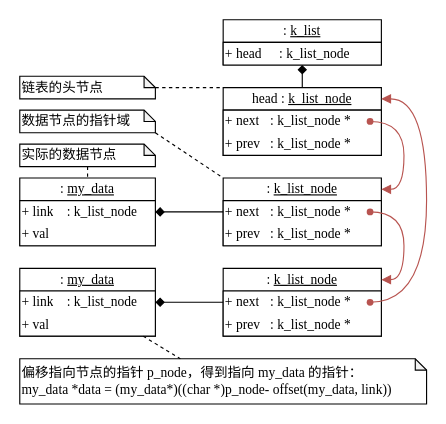
This is page "k_list" (3 of 10) of docs/drawio/k_game.drawio from szdxdxdx/k_game, a draw.io file, before an edit. Source tidied: cells renumbered, new cells numbered last; positions are measured from the earlier drawing's top-left corner, leaving out a move shared by most shapes. Both pictures are drawn from the tidied source at 113%, with x=0, y=0 at pixel (19, 19).
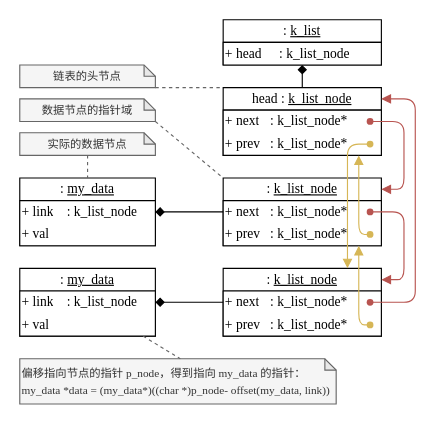
The same diagram, later.

The change refers to these unchanged cells:
```xml
<mxCell id="8" value="&lt;font&gt;: &lt;u&gt;k_list_node&lt;/u&gt;&lt;/font&gt;" style="swimlane;fontStyle=0;horizontal=1;startSize=20;fillColor=#FFFFFF;whiteSpace=wrap;html=1;labelBackgroundColor=default;fontFamily=Times New Roman;" parent="1" vertex="1">
  <mxGeometry x="180" y="140" width="140" height="60" as="geometry" />
</mxCell>
<mxCell id="10" style="shape=tableRow;horizontal=0;startSize=0;swimlaneHead=0;swimlaneBody=0;top=0;left=0;bottom=0;right=0;fillColor=none;fontSize=16;strokeColor=inherit;fontFamily=Times New Roman;" parent="9" vertex="1">
  <mxGeometry width="140" height="20" as="geometry" />
</mxCell>
<mxCell id="14" style="shape=waypoint;sketch=0;fillStyle=solid;size=6;points=[];fillColor=#f8cecc;perimeter=centerPerimeter;snapToPoint=1;strokeColor=#b85450;fontFamily=Times New Roman;" parent="13" vertex="1">
  <mxGeometry width="20" height="20" as="geometry" />
</mxCell>
<mxCell id="15" style="shape=tableRow;horizontal=0;startSize=0;swimlaneHead=0;swimlaneBody=0;top=0;left=0;bottom=0;right=0;fillColor=none;fontSize=16;strokeColor=inherit;fontFamily=Times New Roman;" parent="9" vertex="1">
  <mxGeometry y="20" width="140" height="20" as="geometry" />
</mxCell>
<mxCell id="18" style="shape=partialRectangle;html=1;whiteSpace=wrap;fillColor=none;top=0;left=0;bottom=0;right=0;overflow=hidden;fontSize=12;strokeColor=inherit;fontFamily=Times New Roman;" parent="15" vertex="1">
  <mxGeometry x="120" width="20" height="20" as="geometry" />
</mxCell>
<mxCell id="19" value="&lt;font&gt;: &lt;u&gt;k_list_node&lt;/u&gt;&lt;/font&gt;" style="swimlane;fontStyle=0;horizontal=1;startSize=20;fillColor=#FFFFFF;whiteSpace=wrap;html=1;labelBackgroundColor=default;fontFamily=Times New Roman;" parent="1" vertex="1">
  <mxGeometry x="180" y="220" width="140" height="60" as="geometry" />
</mxCell>
<mxCell id="21" style="shape=tableRow;horizontal=0;startSize=0;swimlaneHead=0;swimlaneBody=0;top=0;left=0;bottom=0;right=0;fillColor=none;fontSize=16;strokeColor=inherit;fontFamily=Times New Roman;" parent="20" vertex="1">
  <mxGeometry width="140" height="20" as="geometry" />
</mxCell>
<mxCell id="25" style="shape=waypoint;sketch=0;fillStyle=solid;size=6;points=[];fillColor=#f8cecc;perimeter=centerPerimeter;snapToPoint=1;strokeColor=#b85450;fontFamily=Times New Roman;" parent="24" vertex="1">
  <mxGeometry width="20" height="20" as="geometry" />
</mxCell>
<mxCell id="26" style="shape=tableRow;horizontal=0;startSize=0;swimlaneHead=0;swimlaneBody=0;top=0;left=0;bottom=0;right=0;fillColor=none;fontSize=16;strokeColor=inherit;fontFamily=Times New Roman;" parent="20" vertex="1">
  <mxGeometry y="20" width="140" height="20" as="geometry" />
</mxCell>
<mxCell id="29" style="shape=partialRectangle;html=1;whiteSpace=wrap;fillColor=none;top=0;left=0;bottom=0;right=0;overflow=hidden;fontSize=12;strokeColor=inherit;fontFamily=Times New Roman;" parent="26" vertex="1">
  <mxGeometry x="120" width="20" height="20" as="geometry" />
</mxCell>
<mxCell id="30" value="&lt;font&gt;head : &lt;u&gt;k_list_node&lt;/u&gt;&lt;/font&gt;" style="swimlane;fontStyle=0;horizontal=1;startSize=20;fillColor=#FFFFFF;whiteSpace=wrap;html=1;labelBackgroundColor=default;fontFamily=Times New Roman;" parent="1" vertex="1">
  <mxGeometry x="180" y="60" width="140" height="60" as="geometry" />
</mxCell>
<mxCell id="32" style="shape=tableRow;horizontal=0;startSize=0;swimlaneHead=0;swimlaneBody=0;top=0;left=0;bottom=0;right=0;fillColor=none;fontSize=16;strokeColor=inherit;fontFamily=Times New Roman;" parent="31" vertex="1">
  <mxGeometry width="140" height="20" as="geometry" />
</mxCell>
<mxCell id="36" style="shape=waypoint;sketch=0;fillStyle=solid;size=6;points=[];fillColor=#f8cecc;perimeter=centerPerimeter;snapToPoint=1;strokeColor=#b85450;fontFamily=Times New Roman;" parent="35" vertex="1">
  <mxGeometry width="20" height="20" as="geometry" />
</mxCell>
<mxCell id="37" style="shape=tableRow;horizontal=0;startSize=0;swimlaneHead=0;swimlaneBody=0;top=0;left=0;bottom=0;right=0;fillColor=none;fontSize=16;strokeColor=inherit;fontFamily=Times New Roman;" parent="31" vertex="1">
  <mxGeometry y="20" width="140" height="20" as="geometry" />
</mxCell>
<mxCell id="40" style="shape=partialRectangle;html=1;whiteSpace=wrap;fillColor=none;top=0;left=0;bottom=0;right=0;overflow=hidden;fontSize=12;strokeColor=inherit;fontFamily=Times New Roman;" parent="37" vertex="1">
  <mxGeometry x="120" width="20" height="20" as="geometry" />
</mxCell>
<mxCell id="45" value="&lt;font&gt;: &lt;u&gt;my_data&lt;/u&gt;&lt;/font&gt;" style="swimlane;fontStyle=0;horizontal=1;startSize=20;fillColor=#FFFFFF;whiteSpace=wrap;html=1;labelBackgroundColor=default;fontFamily=Times New Roman;" parent="1" vertex="1">
  <mxGeometry y="140" width="120" height="60" as="geometry" />
</mxCell>
<mxCell id="55" value="&lt;font&gt;: &lt;u&gt;my_data&lt;br&gt;&lt;/u&gt;&lt;/font&gt;" style="swimlane;fontStyle=0;horizontal=1;startSize=20;fillColor=#FFFFFF;whiteSpace=wrap;html=1;labelBackgroundColor=default;fontFamily=Times New Roman;" parent="1" vertex="1">
  <mxGeometry y="220" width="120" height="60" as="geometry" />
</mxCell>
```

Change to the diagram source:
```diff
@@
-    <mxCell id="12" value="&lt;span style=&quot;border-color: var(--border-color); text-align: center; background-color: rgb(255, 255, 255);&quot;&gt;: k_list_node *&lt;/span&gt;" style="shape=partialRectangle;html=1;whiteSpace=wrap;fillColor=none;top=0;left=0;bottom=0;right=0;overflow=hidden;fontSize=12;strokeColor=inherit;align=left;fontFamily=Times New Roman;" parent="10" vertex="1">
+    <mxCell id="12" value="&lt;span style=&quot;border-color: var(--border-color); text-align: center; background-color: rgb(255, 255, 255);&quot;&gt;: k_list_node*&lt;/span&gt;" style="shape=partialRectangle;html=1;whiteSpace=wrap;fillColor=none;top=0;left=0;bottom=0;right=0;overflow=hidden;fontSize=12;strokeColor=inherit;align=left;fontFamily=Times New Roman;" parent="10" vertex="1">
       <mxGeometry x="40" width="80" height="20" as="geometry" />
     </mxCell>
@@
-    <mxCell id="17" value="&lt;span style=&quot;border-color: var(--border-color); text-align: center; background-color: rgb(255, 255, 255);&quot;&gt;: k_list_node *&lt;/span&gt;" style="shape=partialRectangle;html=1;whiteSpace=wrap;fillColor=none;top=0;left=0;bottom=0;right=0;overflow=hidden;fontSize=12;strokeColor=inherit;align=left;fontFamily=Times New Roman;" parent="15" vertex="1">
+    <mxCell id="17" value="&lt;span style=&quot;border-color: var(--border-color); text-align: center; background-color: rgb(255, 255, 255);&quot;&gt;: k_list_node*&lt;/span&gt;" style="shape=partialRectangle;html=1;whiteSpace=wrap;fillColor=none;top=0;left=0;bottom=0;right=0;overflow=hidden;fontSize=12;strokeColor=inherit;align=left;fontFamily=Times New Roman;" parent="15" vertex="1">
       <mxGeometry x="40" width="80" height="20" as="geometry" />
     </mxCell>
@@
+    <mxCell id="78" style="shape=waypoint;sketch=0;fillStyle=solid;size=6;points=[];fillColor=#fff2cc;perimeter=centerPerimeter;snapToPoint=1;strokeColor=#d6b656;fontFamily=Times New Roman;" parent="18" vertex="1">
+      <mxGeometry width="20" height="20" as="geometry" />
+    </mxCell>
@@
-    <mxCell id="23" value="&lt;span style=&quot;border-color: var(--border-color); text-align: center; background-color: rgb(255, 255, 255);&quot;&gt;: k_list_node *&lt;/span&gt;" style="shape=partialRectangle;html=1;whiteSpace=wrap;fillColor=none;top=0;left=0;bottom=0;right=0;overflow=hidden;fontSize=12;strokeColor=inherit;align=left;fontFamily=Times New Roman;" parent="21" vertex="1">
+    <mxCell id="23" value="&lt;span style=&quot;border-color: var(--border-color); text-align: center; background-color: rgb(255, 255, 255);&quot;&gt;: k_list_node*&lt;/span&gt;" style="shape=partialRectangle;html=1;whiteSpace=wrap;fillColor=none;top=0;left=0;bottom=0;right=0;overflow=hidden;fontSize=12;strokeColor=inherit;align=left;fontFamily=Times New Roman;" parent="21" vertex="1">
       <mxGeometry x="40" width="80" height="20" as="geometry" />
     </mxCell>
@@
-    <mxCell id="28" value="&lt;span style=&quot;border-color: var(--border-color); text-align: center; background-color: rgb(255, 255, 255);&quot;&gt;: k_list_node *&lt;/span&gt;" style="shape=partialRectangle;html=1;whiteSpace=wrap;fillColor=none;top=0;left=0;bottom=0;right=0;overflow=hidden;fontSize=12;strokeColor=inherit;align=left;fontFamily=Times New Roman;" parent="26" vertex="1">
+    <mxCell id="28" value="&lt;span style=&quot;border-color: var(--border-color); text-align: center; background-color: rgb(255, 255, 255);&quot;&gt;: k_list_node*&lt;/span&gt;" style="shape=partialRectangle;html=1;whiteSpace=wrap;fillColor=none;top=0;left=0;bottom=0;right=0;overflow=hidden;fontSize=12;strokeColor=inherit;align=left;fontFamily=Times New Roman;" parent="26" vertex="1">
       <mxGeometry x="40" width="80" height="20" as="geometry" />
     </mxCell>
@@
+    <mxCell id="79" style="shape=waypoint;sketch=0;fillStyle=solid;size=6;points=[];fillColor=#fff2cc;perimeter=centerPerimeter;snapToPoint=1;strokeColor=#d6b656;fontFamily=Times New Roman;" parent="29" vertex="1">
+      <mxGeometry width="20" height="20" as="geometry" />
+    </mxCell>
@@
-    <mxCell id="34" value="&lt;span style=&quot;border-color: var(--border-color); text-align: center; background-color: rgb(255, 255, 255);&quot;&gt;: k_list_node *&lt;/span&gt;" style="shape=partialRectangle;html=1;whiteSpace=wrap;fillColor=none;top=0;left=0;bottom=0;right=0;overflow=hidden;fontSize=12;strokeColor=inherit;align=left;fontFamily=Times New Roman;" parent="32" vertex="1">
+    <mxCell id="34" value="&lt;span style=&quot;border-color: var(--border-color); text-align: center; background-color: rgb(255, 255, 255);&quot;&gt;: k_list_node*&lt;/span&gt;" style="shape=partialRectangle;html=1;whiteSpace=wrap;fillColor=none;top=0;left=0;bottom=0;right=0;overflow=hidden;fontSize=12;strokeColor=inherit;align=left;fontFamily=Times New Roman;" parent="32" vertex="1">
       <mxGeometry x="40" width="80" height="20" as="geometry" />
     </mxCell>
@@
-    <mxCell id="39" value="&lt;span style=&quot;border-color: var(--border-color); text-align: center; background-color: rgb(255, 255, 255);&quot;&gt;: k_list_node *&lt;/span&gt;" style="shape=partialRectangle;html=1;whiteSpace=wrap;fillColor=none;top=0;left=0;bottom=0;right=0;overflow=hidden;fontSize=12;strokeColor=inherit;align=left;fontFamily=Times New Roman;" parent="37" vertex="1">
+    <mxCell id="39" value="&lt;span style=&quot;border-color: var(--border-color); text-align: center; background-color: rgb(255, 255, 255);&quot;&gt;: k_list_node*&lt;/span&gt;" style="shape=partialRectangle;html=1;whiteSpace=wrap;fillColor=none;top=0;left=0;bottom=0;right=0;overflow=hidden;fontSize=12;strokeColor=inherit;align=left;fontFamily=Times New Roman;" parent="37" vertex="1">
       <mxGeometry x="40" width="80" height="20" as="geometry" />
     </mxCell>
@@
+    <mxCell id="80" style="shape=waypoint;sketch=0;fillStyle=solid;size=6;points=[];fillColor=#fff2cc;perimeter=centerPerimeter;snapToPoint=1;strokeColor=#d6b656;fontFamily=Times New Roman;" parent="40" vertex="1">
+      <mxGeometry width="20" height="20" as="geometry" />
+    </mxCell>
@@
-    <mxCell id="42" style="endArrow=block;html=1;rounded=0;curved=1;endFill=1;edgeStyle=orthogonalEdgeStyle;fillColor=#f8cecc;strokeColor=#b85450;fontFamily=Times New Roman;" parent="1" edge="1" source="36" target="8">
+    <mxCell id="42" style="endArrow=block;html=1;rounded=1;endFill=1;edgeStyle=orthogonalEdgeStyle;fillColor=#f8cecc;strokeColor=#b85450;fontFamily=Times New Roman;" parent="1" edge="1" source="36" target="8">
       <mxGeometry relative="1" as="geometry">
         <Array as="points">
           <mxPoint x="340" y="90" />
           <mxPoint x="340" y="150" />
         </Array>
       </mxGeometry>
     </mxCell>
-    <mxCell id="43" style="endArrow=block;html=1;rounded=0;curved=1;endFill=1;edgeStyle=orthogonalEdgeStyle;fillColor=#f8cecc;strokeColor=#b85450;fontFamily=Times New Roman;" parent="1" edge="1" source="14" target="19">
+    <mxCell id="43" style="endArrow=block;html=1;rounded=1;endFill=1;edgeStyle=orthogonalEdgeStyle;fillColor=#f8cecc;strokeColor=#b85450;fontFamily=Times New Roman;" parent="1" edge="1" source="14" target="19">
       <mxGeometry relative="1" as="geometry">
         <Array as="points">
           <mxPoint x="340" y="170" />
           <mxPoint x="340" y="230" />
         </Array>
       </mxGeometry>
     </mxCell>
-    <mxCell id="44" style="endArrow=block;html=1;rounded=0;curved=1;endFill=1;edgeStyle=orthogonalEdgeStyle;fillColor=#f8cecc;strokeColor=#b85450;fontFamily=Times New Roman;" parent="1" edge="1" source="25" target="30">
+    <mxCell id="44" style="endArrow=block;html=1;rounded=1;endFill=1;edgeStyle=orthogonalEdgeStyle;fillColor=#f8cecc;strokeColor=#b85450;fontFamily=Times New Roman;" parent="1" edge="1" source="25" target="30">
       <mxGeometry relative="1" as="geometry">
         <Array as="points">
-          <mxPoint x="360" y="250" />
-          <mxPoint x="360" y="70" />
+          <mxPoint x="350" y="250" />
+          <mxPoint x="350" y="70" />
         </Array>
       </mxGeometry>
     </mxCell>
@@
-    <mxCell id="67" value="&lt;font style=&quot;border-color: var(--border-color);&quot;&gt;偏移指向节点的指针 p_node，得到指向 my_data 的指针：&lt;/font&gt;&lt;br style=&quot;border-color: var(--border-color);&quot;&gt;&lt;div style=&quot;&quot;&gt;&lt;span style=&quot;background-color: initial;&quot;&gt;my_data *data = (my_data*)((char *)p_node- offset(my_data, link))&lt;/span&gt;&lt;/div&gt;" style="shape=note;whiteSpace=wrap;html=1;backgroundOutline=1;darkOpacity=0.05;size=10;fontFamily=Times New Roman;align=left;" parent="1" vertex="1">
-      <mxGeometry y="300" width="360" height="40" as="geometry" />
+    <mxCell id="67" value="&lt;font style=&quot;font-size: 10px;&quot;&gt;&lt;font style=&quot;border-color: var(--border-color); font-size: 10px;&quot;&gt;偏移指向节点的指针 p_node，得到指向 my_data 的指针：&lt;br&gt;&lt;span style=&quot;background-color: initial;&quot;&gt;my_data *data = (my_data*)((char *)p_node- offset(my_data, link))&lt;/span&gt;&lt;br&gt;&lt;/font&gt;&lt;/font&gt;" style="shape=note;whiteSpace=wrap;html=1;backgroundOutline=1;darkOpacity=0.05;size=10;fontFamily=Times New Roman;align=left;fillColor=#f5f5f5;fontColor=#333333;strokeColor=#666666;" parent="1" vertex="1">
+      <mxGeometry y="300" width="280" height="40" as="geometry" />
     </mxCell>
-    <mxCell id="68" style="endArrow=none;dashed=1;html=1;rounded=0;curved=1;" parent="1" edge="1" source="55">
+    <mxCell id="68" style="endArrow=none;dashed=1;html=1;rounded=0;curved=1;fillColor=#f5f5f5;strokeColor=#666666;" parent="1" edge="1" source="55">
       <mxGeometry relative="1" as="geometry">
         <mxPoint x="142.1" y="300" as="targetPoint" />
       </mxGeometry>
     </mxCell>
-    <mxCell id="69" style="shape=note;whiteSpace=wrap;html=1;backgroundOutline=1;darkOpacity=0.05;size=10;fontFamily=Times New Roman;" parent="1" vertex="1">
-      <mxGeometry y="50" width="120" height="20" as="geometry" />
+    <mxCell id="69" value="&lt;font style=&quot;font-size: 10px;&quot;&gt;链表的头节点&lt;/font&gt;" style="shape=note;whiteSpace=wrap;html=1;backgroundOutline=1;darkOpacity=0.05;size=10;fontFamily=Times New Roman;fillColor=#f5f5f5;fontColor=#333333;strokeColor=#666666;" parent="1" vertex="1">
+      <mxGeometry y="40" width="120" height="20" as="geometry" />
     </mxCell>
-    <mxCell id="70" value="链表的头节点" style="text;html=1;strokeColor=none;fillColor=none;align=left;verticalAlign=middle;whiteSpace=wrap;rounded=0;fontFamily=Times New Roman;" parent="69" vertex="1">
-      <mxGeometry width="108" height="20" as="geometry" />
-    </mxCell>
-    <mxCell id="71" style="shape=note;whiteSpace=wrap;html=1;backgroundOutline=1;darkOpacity=0.05;size=10;fontFamily=Times New Roman;" parent="1" vertex="1">
-      <mxGeometry y="110" width="120" height="20" as="geometry" />
+    <mxCell id="71" value="&lt;font style=&quot;font-size: 10px;&quot;&gt;实际的数据节点&lt;/font&gt;" style="shape=note;whiteSpace=wrap;html=1;backgroundOutline=1;darkOpacity=0.05;size=10;fontFamily=Times New Roman;fillColor=#f5f5f5;fontColor=#333333;strokeColor=#666666;" parent="1" vertex="1">
+      <mxGeometry y="100" width="120" height="20" as="geometry" />
     </mxCell>
-    <mxCell id="72" value="实际的数据节点" style="text;html=1;strokeColor=none;fillColor=none;align=left;verticalAlign=middle;whiteSpace=wrap;rounded=0;fontFamily=Times New Roman;" parent="71" vertex="1">
-      <mxGeometry width="110" height="20" as="geometry" />
-    </mxCell>
-    <mxCell id="73" style="shape=note;whiteSpace=wrap;html=1;backgroundOutline=1;darkOpacity=0.05;size=10;fontFamily=Times New Roman;" parent="1" vertex="1">
-      <mxGeometry y="80" width="120" height="20" as="geometry" />
+    <mxCell id="73" value="&lt;font style=&quot;font-size: 10px;&quot;&gt;数据节点的指针域&lt;/font&gt;" style="shape=note;whiteSpace=wrap;html=1;backgroundOutline=1;darkOpacity=0.05;size=10;fontFamily=Times New Roman;fillColor=#f5f5f5;fontColor=#333333;strokeColor=#666666;" parent="1" vertex="1">
+      <mxGeometry y="70" width="120" height="20" as="geometry" />
     </mxCell>
-    <mxCell id="74" value="数据节点的指针域" style="text;html=1;strokeColor=none;fillColor=none;align=left;verticalAlign=middle;whiteSpace=wrap;rounded=0;fontFamily=Times New Roman;" parent="73" vertex="1">
-      <mxGeometry width="110" height="20" as="geometry" />
-    </mxCell>
-    <mxCell id="75" style="endArrow=none;dashed=1;html=1;rounded=0;entryX=0;entryY=0;entryDx=0;entryDy=0;" parent="1" edge="1" source="69" target="30">
+    <mxCell id="75" style="endArrow=none;dashed=1;html=1;rounded=0;entryX=0;entryY=0;entryDx=0;entryDy=0;fillColor=#f5f5f5;strokeColor=#666666;exitX=1;exitY=1;exitDx=0;exitDy=0;exitPerimeter=0;" parent="1" edge="1" source="69" target="30">
       <mxGeometry relative="1" as="geometry" />
     </mxCell>
-    <mxCell id="76" style="endArrow=none;dashed=1;html=1;rounded=0;curved=1;" parent="1" edge="1" source="71" target="45">
+    <mxCell id="76" style="endArrow=none;dashed=1;html=1;rounded=0;curved=1;fillColor=#f5f5f5;strokeColor=#666666;" parent="1" edge="1" source="71" target="45">
       <mxGeometry relative="1" as="geometry" />
     </mxCell>
-    <mxCell id="77" style="endArrow=none;dashed=1;html=1;rounded=0;exitX=1;exitY=1;exitDx=0;exitDy=0;exitPerimeter=0;entryX=0;entryY=0;entryDx=0;entryDy=0;" parent="1" edge="1" source="73" target="8">
+    <mxCell id="77" style="endArrow=none;dashed=1;html=1;rounded=0;exitX=1;exitY=1;exitDx=0;exitDy=0;exitPerimeter=0;entryX=0;entryY=0;entryDx=0;entryDy=0;fillColor=#f5f5f5;strokeColor=#666666;" parent="1" edge="1" source="73" target="8">
       <mxGeometry relative="1" as="geometry" />
     </mxCell>
+    <mxCell id="81" style="endArrow=block;html=1;endFill=1;edgeStyle=orthogonalEdgeStyle;fillColor=#fff2cc;strokeColor=#d6b656;fontFamily=Times New Roman;rounded=1;" parent="1" edge="1" source="78" target="30">
+      <mxGeometry relative="1" as="geometry">
+        <Array as="points">
+          <mxPoint x="300" y="190" />
+        </Array>
+      </mxGeometry>
+    </mxCell>
+    <mxCell id="82" style="endArrow=block;html=1;endFill=1;edgeStyle=orthogonalEdgeStyle;fillColor=#fff2cc;strokeColor=#d6b656;fontFamily=Times New Roman;rounded=1;" parent="1" edge="1" source="79" target="8">
+      <mxGeometry relative="1" as="geometry">
+        <Array as="points">
+          <mxPoint x="300" y="270" />
+        </Array>
+      </mxGeometry>
+    </mxCell>
+    <mxCell id="83" style="endArrow=block;html=1;endFill=1;edgeStyle=orthogonalEdgeStyle;fillColor=#fff2cc;strokeColor=#d6b656;fontFamily=Times New Roman;rounded=1;" parent="1" edge="1" source="80" target="19">
+      <mxGeometry relative="1" as="geometry">
+        <Array as="points">
+          <mxPoint x="290" y="110" />
+        </Array>
+      </mxGeometry>
+    </mxCell>
```
